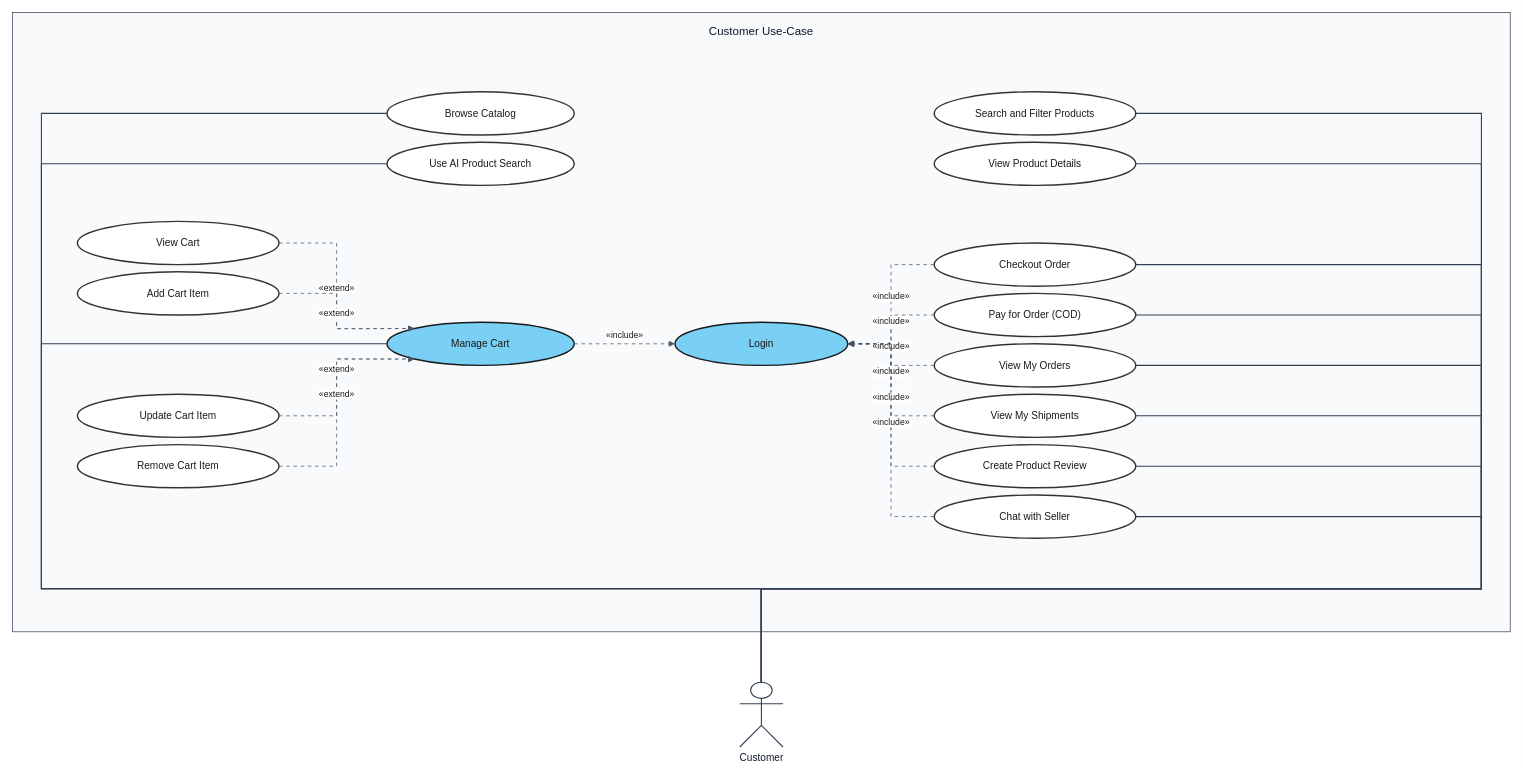
Before: usecase-diagram/customer-usecases.drawio in e-commercial-marketplace/commerce-platform-docs, a draw.io diagram. Source tidied: cells renumbered, new cells numbered last; positions are measured from the earlier drawing's top-left corner, leaving out a move shared by most shapes. Both pictures are drawn from the tidied source at 72%, with x=0, y=0 at pixel (12, 12).
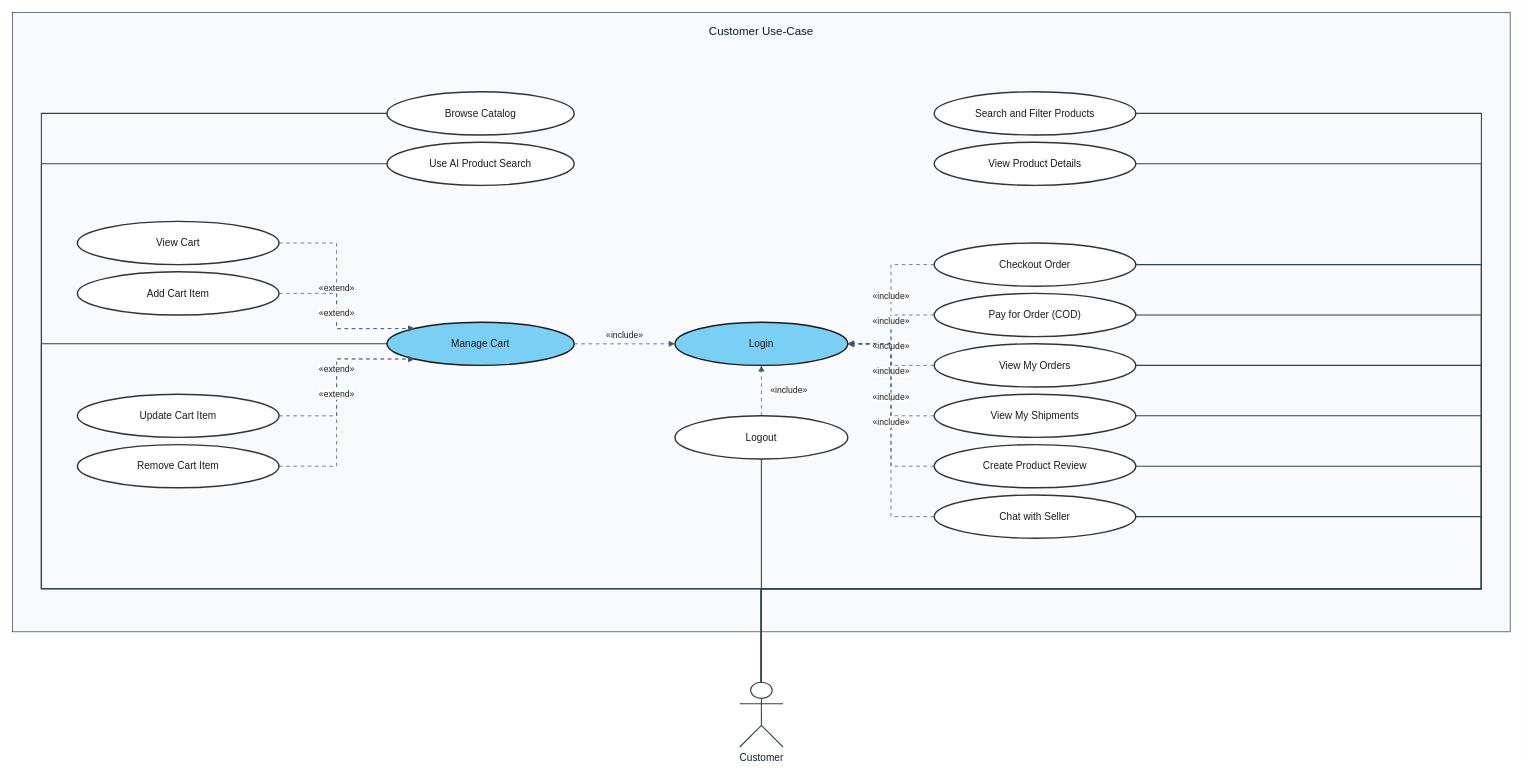
Above is the later version.

Unchanged cells that the change refers to:
```xml
<mxCell id="10" value="Login" style="ellipse;whiteSpace=wrap;html=1;align=center;verticalAlign=middle;fillColor=#79CFF4;strokeColor=#1A1A1A;strokeWidth=2;fontColor=#1A1A1A;fontSize=14;fontStyle=0;" parent="1" vertex="1">
  <mxGeometry x="920" y="430" width="240" height="60" as="geometry" />
</mxCell>
<mxCell id="19" value="Customer" style="shape=umlActor;verticalLabelPosition=bottom;verticalAlign=top;html=1;outlineConnect=0;fillColor=#ffffff;strokeColor=#334155;strokeWidth=1.5;fontColor=#0f172a;fontSize=14;fontStyle=0;" parent="1" vertex="1">
  <mxGeometry x="1010" y="930" width="60" height="90" as="geometry" />
</mxCell>
```

Diff of the diagram source:
```diff
@@
+    <mxCell id="42" value="Logout" style="ellipse;whiteSpace=wrap;html=1;align=center;verticalAlign=middle;fillColor=#ffffff;strokeColor=#333333;strokeWidth=2;fontColor=#1A1A1A;fontSize=14;fontStyle=0;" parent="1" vertex="1">
+      <mxGeometry x="920" y="560" width="240" height="60" as="geometry" />
+    </mxCell>
@@
+    <mxCell id="43" style="endArrow=none;html=1;rounded=0;strokeColor=#334155;strokeWidth=1.5;exitX=0.5;exitY=0;exitDx=0;exitDy=0;exitPerimeter=0;entryX=0.5;entryY=1;entryDx=0;entryDy=0;entryPerimeter=0;" parent="1" edge="1" source="19" target="42">
+      <mxGeometry relative="1" as="geometry">
+        <Array as="points">
+          <mxPoint x="1040" y="800" />
+        </Array>
+        <mxPoint y="-11" as="offset" />
+      </mxGeometry>
+    </mxCell>
+    <mxCell id="44" value="«include»" style="endArrow=block;endFill=1;endSize=6;dashed=1;dashPattern=5 5;html=1;rounded=0;strokeColor=#475569;strokeWidth=1;fontSize=12;fontColor=#1A1A1A;fontStyle=0;exitX=0.5;exitY=0;exitDx=0;exitDy=0;exitPerimeter=0;entryX=0.5;entryY=1;entryDx=0;entryDy=0;entryPerimeter=0;" parent="1" edge="1" source="42" target="10">
+      <mxGeometry relative="1" as="geometry">
+        <mxPoint x="38" as="offset" />
+      </mxGeometry>
+    </mxCell>
```
